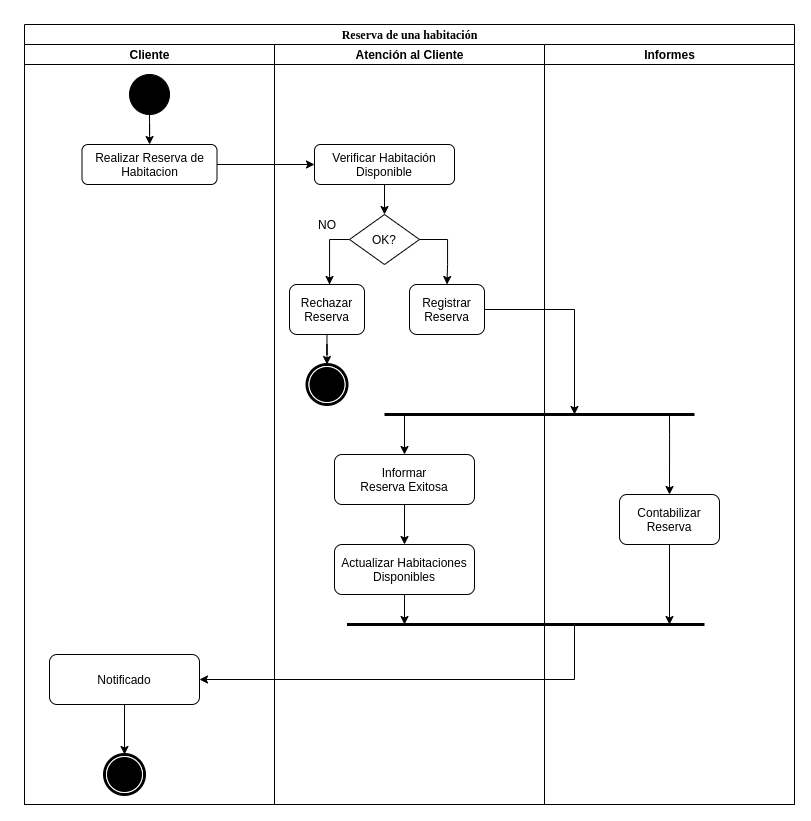
The draw.io diagram TP2/diagramas/actividad/ReservarHabitacion.png in mauro7x/aninfo, before a commit. Source tidied: cells renumbered, new cells last; positions are measured from the earlier drawing's top-left corner, leaving out a move shared by most shapes. Source of this version:
```xml
<mxGraphModel background="#ffffff">
  <root>
    <mxCell id="0" />
    <mxCell id="1" parent="0" />
    <mxCell id="2" value="Reserva de una habitación" style="swimlane;html=1;startSize=20;rounded=0;shadow=0;comic=0;labelBackgroundColor=none;strokeWidth=1;fontFamily=Verdana;fontSize=12;align=center;" parent="1" vertex="1">
      <mxGeometry width="770" height="780" as="geometry" />
    </mxCell>
    <mxCell id="3" value="Cliente" style="swimlane;html=1;startSize=20;" parent="2" vertex="1">
      <mxGeometry y="20" width="250" height="760" as="geometry" />
    </mxCell>
    <mxCell id="4" style="edgeStyle=orthogonalEdgeStyle;rounded=0;jettySize=auto;html=1;" parent="3" edge="1" source="5" target="6">
      <mxGeometry relative="1" as="geometry" />
    </mxCell>
    <mxCell id="5" style="ellipse;whiteSpace=wrap;html=1;rounded=0;shadow=0;comic=0;labelBackgroundColor=none;strokeWidth=1;fillColor=#000000;fontFamily=Verdana;fontSize=12;align=center;" parent="3" vertex="1">
      <mxGeometry x="105" y="30" width="40" height="40" as="geometry" />
    </mxCell>
    <mxCell id="6" value="Realizar Reserva de Habitacion" style="rounded=1;whiteSpace=wrap;html=1;" parent="3" vertex="1">
      <mxGeometry x="57.5" y="100" width="135" height="40" as="geometry" />
    </mxCell>
    <mxCell id="7" value="Notificado" style="rounded=1;whiteSpace=wrap;html=1;" parent="3" vertex="1">
      <mxGeometry x="25" y="610" width="150" height="50" as="geometry" />
    </mxCell>
    <mxCell id="8" style="edgeStyle=orthogonalEdgeStyle;rounded=0;jettySize=auto;html=1;startArrow=none;startFill=0;endArrow=classic;endFill=1;strokeWidth=1;exitX=0.5;exitY=1;exitDx=0;exitDy=0;entryX=0.5;entryY=0;entryDx=0;entryDy=0;" parent="3" edge="1" source="7" target="9">
      <mxGeometry relative="1" as="geometry" />
    </mxCell>
    <mxCell id="9" style="shape=mxgraph.bpmn.shape;html=1;verticalLabelPosition=bottom;labelBackgroundColor=#ffffff;verticalAlign=top;perimeter=ellipsePerimeter;outline=end;symbol=terminate;rounded=0;shadow=0;comic=0;strokeWidth=1;fontFamily=Verdana;fontSize=12;align=center;" parent="3" vertex="1">
      <mxGeometry x="80" y="710" width="40" height="40" as="geometry" />
    </mxCell>
    <mxCell id="10" value="Atención al Cliente" style="swimlane;html=1;startSize=20;" parent="2" vertex="1">
      <mxGeometry x="250" y="20" width="270" height="760" as="geometry" />
    </mxCell>
    <mxCell id="11" style="shape=mxgraph.bpmn.shape;html=1;verticalLabelPosition=bottom;labelBackgroundColor=#ffffff;verticalAlign=top;perimeter=ellipsePerimeter;outline=end;symbol=terminate;rounded=0;shadow=0;comic=0;strokeWidth=1;fontFamily=Verdana;fontSize=12;align=center;" parent="10" vertex="1">
      <mxGeometry x="32.5" y="320" width="40" height="40" as="geometry" />
    </mxCell>
    <mxCell id="12" style="edgeStyle=orthogonalEdgeStyle;rounded=0;jettySize=auto;html=1;entryX=0.5;entryY=0;entryDx=0;entryDy=0;" parent="10" edge="1" source="13" target="11">
      <mxGeometry relative="1" as="geometry" />
    </mxCell>
    <mxCell id="13" value="Rechazar&lt;br&gt;Reserva" style="rounded=1;whiteSpace=wrap;html=1;" parent="10" vertex="1">
      <mxGeometry x="15" y="240" width="75" height="50" as="geometry" />
    </mxCell>
    <mxCell id="14" style="edgeStyle=orthogonalEdgeStyle;rounded=0;jettySize=auto;html=1;" parent="10" edge="1" source="17">
      <mxGeometry relative="1" as="geometry">
        <mxPoint x="55" y="240" as="targetPoint" />
        <Array as="points">
          <mxPoint x="55" y="195" />
          <mxPoint x="55" y="240" />
        </Array>
      </mxGeometry>
    </mxCell>
    <mxCell id="15" value="&lt;br&gt;" style="edgeLabel;html=1;align=center;verticalAlign=middle;" parent="14" vertex="1">
      <mxGeometry x="-0.43" y="4" relative="1" as="geometry" />
    </mxCell>
    <mxCell id="16" style="edgeStyle=orthogonalEdgeStyle;rounded=0;jettySize=auto;html=1;entryX=0.5;entryY=0;entryDx=0;entryDy=0;" parent="10" edge="1" source="17" target="22">
      <mxGeometry relative="1" as="geometry">
        <Array as="points">
          <mxPoint x="173" y="195" />
          <mxPoint x="173" y="220" />
        </Array>
      </mxGeometry>
    </mxCell>
    <mxCell id="17" value="OK?" style="rhombus;whiteSpace=wrap;html=1;" parent="10" vertex="1">
      <mxGeometry x="75" y="170" width="70" height="50" as="geometry" />
    </mxCell>
    <mxCell id="18" style="edgeStyle=orthogonalEdgeStyle;rounded=0;jettySize=auto;html=1;" parent="10" edge="1" source="19" target="17">
      <mxGeometry relative="1" as="geometry" />
    </mxCell>
    <mxCell id="19" value="Verificar Habitación Disponible" style="rounded=1;whiteSpace=wrap;html=1;" parent="10" vertex="1">
      <mxGeometry x="40" y="100" width="140" height="40" as="geometry" />
    </mxCell>
    <mxCell id="20" value="NO" style="text;html=1;strokeColor=none;fillColor=none;align=center;verticalAlign=middle;whiteSpace=wrap;rounded=0;" parent="10" vertex="1">
      <mxGeometry x="33" y="170" width="40" height="20" as="geometry" />
    </mxCell>
    <mxCell id="21" value="Informar&lt;br&gt;Reserva Exitosa" style="rounded=1;whiteSpace=wrap;html=1;" parent="10" vertex="1">
      <mxGeometry x="60" y="410" width="140" height="50" as="geometry" />
    </mxCell>
    <mxCell id="22" value="Registrar&lt;br&gt;Reserva" style="rounded=1;whiteSpace=wrap;html=1;" parent="10" vertex="1">
      <mxGeometry x="135" y="240" width="75" height="50" as="geometry" />
    </mxCell>
    <mxCell id="23" value="Actualizar Habitaciones&lt;br&gt;Disponibles" style="rounded=1;whiteSpace=wrap;html=1;" parent="10" vertex="1">
      <mxGeometry x="60" y="500" width="140" height="50" as="geometry" />
    </mxCell>
    <mxCell id="24" style="endArrow=none;html=1;strokeWidth=3;" parent="10" edge="1">
      <mxGeometry relative="1" as="geometry">
        <mxPoint x="72.5" y="580" as="sourcePoint" />
        <mxPoint x="430" y="580" as="targetPoint" />
      </mxGeometry>
    </mxCell>
    <mxCell id="25" style="endArrow=none;html=1;strokeWidth=3;" parent="10" edge="1">
      <mxGeometry relative="1" as="geometry">
        <mxPoint x="110" y="370" as="sourcePoint" />
        <mxPoint x="420" y="370" as="targetPoint" />
      </mxGeometry>
    </mxCell>
    <mxCell id="26" value="Informes" style="swimlane;html=1;startSize=20;" parent="2" vertex="1">
      <mxGeometry x="520" y="20" width="250" height="760" as="geometry" />
    </mxCell>
    <mxCell id="27" value="Contabilizar&lt;br&gt;Reserva" style="rounded=1;whiteSpace=wrap;html=1;" parent="26" vertex="1">
      <mxGeometry x="75" y="450" width="100" height="50" as="geometry" />
    </mxCell>
    <mxCell id="28" style="edgeStyle=orthogonalEdgeStyle;rounded=0;jettySize=auto;html=1;startArrow=classic;startFill=1;endArrow=none;endFill=0;strokeWidth=1;exitX=1;exitY=0.5;exitDx=0;exitDy=0;" parent="26" edge="1" source="7">
      <mxGeometry relative="1" as="geometry">
        <mxPoint x="30" y="580" as="targetPoint" />
        <Array as="points">
          <mxPoint x="30" y="635" />
        </Array>
      </mxGeometry>
    </mxCell>
    <mxCell id="29" style="endArrow=classic;html=1;exitX=1;exitY=0.5;exitDx=0;exitDy=0;entryX=0;entryY=0.5;entryDx=0;entryDy=0;" parent="2" edge="1" source="6" target="19">
      <mxGeometry relative="1" as="geometry" />
    </mxCell>
    <mxCell id="30" style="edgeStyle=orthogonalEdgeStyle;rounded=0;jettySize=auto;html=1;startArrow=none;startFill=0;endArrow=classic;endFill=1;strokeWidth=1;" parent="2" edge="1" source="22">
      <mxGeometry relative="1" as="geometry">
        <mxPoint x="550" y="390" as="targetPoint" />
      </mxGeometry>
    </mxCell>
    <mxCell id="31" style="edgeStyle=orthogonalEdgeStyle;rounded=0;jettySize=auto;html=1;startArrow=none;startFill=0;endArrow=classic;endFill=1;strokeWidth=1;entryX=0.5;entryY=0;entryDx=0;entryDy=0;" parent="1" edge="1" target="27">
      <mxGeometry relative="1" as="geometry">
        <mxPoint x="645" y="390" as="sourcePoint" />
        <Array as="points">
          <mxPoint x="645" y="410" />
        </Array>
      </mxGeometry>
    </mxCell>
    <mxCell id="32" style="edgeStyle=orthogonalEdgeStyle;rounded=0;jettySize=auto;html=1;startArrow=classic;startFill=1;endArrow=none;endFill=0;strokeWidth=1;" parent="1" edge="1" source="21">
      <mxGeometry relative="1" as="geometry">
        <mxPoint x="380" y="390" as="targetPoint" />
      </mxGeometry>
    </mxCell>
    <mxCell id="33" style="edgeStyle=orthogonalEdgeStyle;rounded=0;jettySize=auto;html=1;startArrow=none;startFill=0;endArrow=classic;endFill=1;strokeWidth=1;" parent="1" edge="1" source="27">
      <mxGeometry relative="1" as="geometry">
        <mxPoint x="645" y="600" as="targetPoint" />
      </mxGeometry>
    </mxCell>
    <mxCell id="34" style="edgeStyle=orthogonalEdgeStyle;rounded=0;jettySize=auto;html=1;startArrow=none;startFill=0;endArrow=classic;endFill=1;strokeWidth=1;" parent="1" edge="1" source="21">
      <mxGeometry relative="1" as="geometry">
        <mxPoint x="380" y="520" as="targetPoint" />
      </mxGeometry>
    </mxCell>
    <mxCell id="35" style="edgeStyle=orthogonalEdgeStyle;rounded=0;jettySize=auto;html=1;startArrow=none;startFill=0;endArrow=classic;endFill=1;strokeWidth=1;exitX=0.5;exitY=1;exitDx=0;exitDy=0;" parent="1" edge="1" source="23">
      <mxGeometry relative="1" as="geometry">
        <mxPoint x="380" y="600" as="targetPoint" />
      </mxGeometry>
    </mxCell>
  </root>
</mxGraphModel>
```
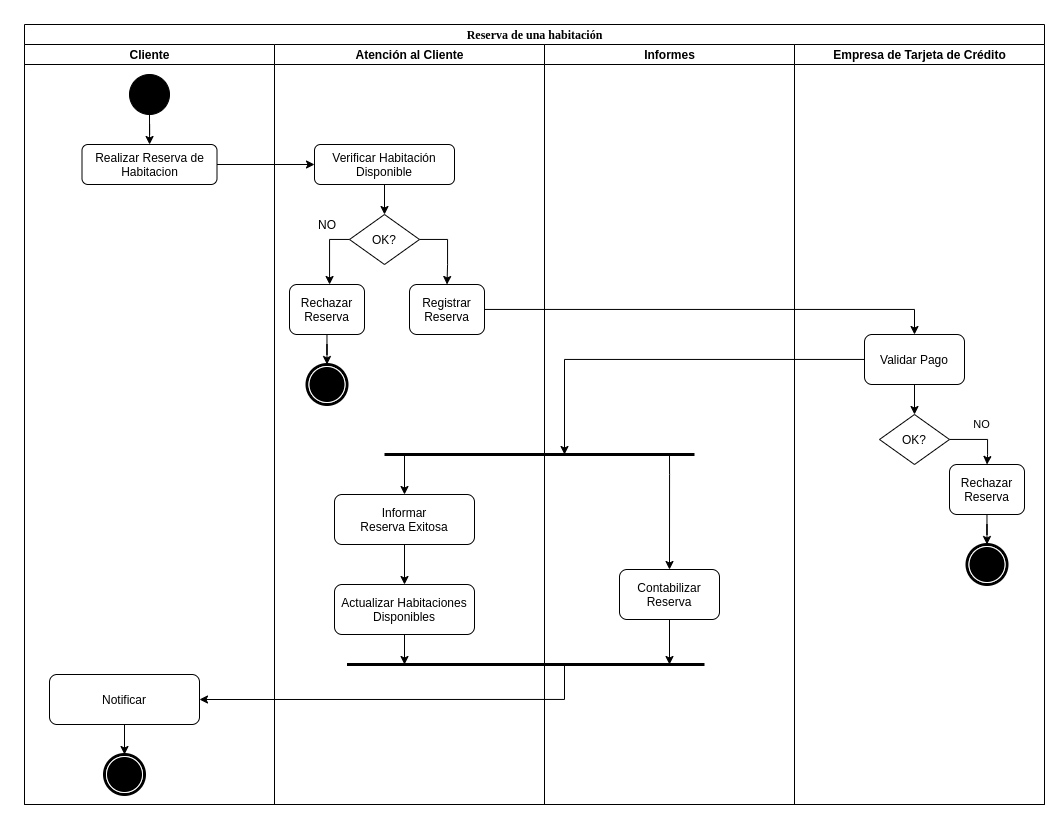
Above is the later version.

Commit message:
Modifies Diagrams

What changed in the source:
```diff
@@ -3,7 +3,7 @@
     <mxCell id="0" />
     <mxCell id="1" parent="0" />
     <mxCell id="2" value="Reserva de una habitación" style="swimlane;html=1;startSize=20;rounded=0;shadow=0;comic=0;labelBackgroundColor=none;strokeWidth=1;fontFamily=Verdana;fontSize=12;align=center;" parent="1" vertex="1">
-      <mxGeometry width="770" height="780" as="geometry" />
+      <mxGeometry width="1020" height="780" as="geometry" />
     </mxCell>
     <mxCell id="3" value="Cliente" style="swimlane;html=1;startSize=20;" parent="2" vertex="1">
       <mxGeometry y="20" width="250" height="760" as="geometry" />
@@ -17,8 +17,8 @@
     <mxCell id="6" value="Realizar Reserva de Habitacion" style="rounded=1;whiteSpace=wrap;html=1;" parent="3" vertex="1">
       <mxGeometry x="57.5" y="100" width="135" height="40" as="geometry" />
     </mxCell>
-    <mxCell id="7" value="Notificado" style="rounded=1;whiteSpace=wrap;html=1;" parent="3" vertex="1">
-      <mxGeometry x="25" y="610" width="150" height="50" as="geometry" />
+    <mxCell id="7" value="Notificar" style="rounded=1;whiteSpace=wrap;html=1;" parent="3" vertex="1">
+      <mxGeometry x="25" y="630" width="150" height="50" as="geometry" />
     </mxCell>
     <mxCell id="8" style="edgeStyle=orthogonalEdgeStyle;rounded=0;jettySize=auto;html=1;startArrow=none;startFill=0;endArrow=classic;endFill=1;strokeWidth=1;exitX=0.5;exitY=1;exitDx=0;exitDy=0;entryX=0.5;entryY=0;entryDx=0;entryDy=0;" parent="3" edge="1" source="7" target="9">
       <mxGeometry relative="1" as="geometry" />
@@ -71,75 +71,116 @@
       <mxGeometry x="33" y="170" width="40" height="20" as="geometry" />
     </mxCell>
     <mxCell id="21" value="Informar&lt;br&gt;Reserva Exitosa" style="rounded=1;whiteSpace=wrap;html=1;" parent="10" vertex="1">
-      <mxGeometry x="60" y="410" width="140" height="50" as="geometry" />
+      <mxGeometry x="60" y="450" width="140" height="50" as="geometry" />
     </mxCell>
     <mxCell id="22" value="Registrar&lt;br&gt;Reserva" style="rounded=1;whiteSpace=wrap;html=1;" parent="10" vertex="1">
       <mxGeometry x="135" y="240" width="75" height="50" as="geometry" />
     </mxCell>
     <mxCell id="23" value="Actualizar Habitaciones&lt;br&gt;Disponibles" style="rounded=1;whiteSpace=wrap;html=1;" parent="10" vertex="1">
-      <mxGeometry x="60" y="500" width="140" height="50" as="geometry" />
+      <mxGeometry x="60" y="540" width="140" height="50" as="geometry" />
     </mxCell>
     <mxCell id="24" style="endArrow=none;html=1;strokeWidth=3;" parent="10" edge="1">
       <mxGeometry relative="1" as="geometry">
-        <mxPoint x="72.5" y="580" as="sourcePoint" />
-        <mxPoint x="430" y="580" as="targetPoint" />
+        <mxPoint x="72.5" y="620" as="sourcePoint" />
+        <mxPoint x="430" y="620" as="targetPoint" />
       </mxGeometry>
     </mxCell>
     <mxCell id="25" style="endArrow=none;html=1;strokeWidth=3;" parent="10" edge="1">
       <mxGeometry relative="1" as="geometry">
-        <mxPoint x="110" y="370" as="sourcePoint" />
-        <mxPoint x="420" y="370" as="targetPoint" />
+        <mxPoint x="110" y="410" as="sourcePoint" />
+        <mxPoint x="420" y="410" as="targetPoint" />
       </mxGeometry>
     </mxCell>
     <mxCell id="26" value="Informes" style="swimlane;html=1;startSize=20;" parent="2" vertex="1">
       <mxGeometry x="520" y="20" width="250" height="760" as="geometry" />
     </mxCell>
     <mxCell id="27" value="Contabilizar&lt;br&gt;Reserva" style="rounded=1;whiteSpace=wrap;html=1;" parent="26" vertex="1">
-      <mxGeometry x="75" y="450" width="100" height="50" as="geometry" />
+      <mxGeometry x="75" y="525" width="100" height="50" as="geometry" />
     </mxCell>
     <mxCell id="28" style="edgeStyle=orthogonalEdgeStyle;rounded=0;jettySize=auto;html=1;startArrow=classic;startFill=1;endArrow=none;endFill=0;strokeWidth=1;exitX=1;exitY=0.5;exitDx=0;exitDy=0;" parent="26" edge="1" source="7">
       <mxGeometry relative="1" as="geometry">
-        <mxPoint x="30" y="580" as="targetPoint" />
+        <mxPoint x="20" y="620" as="targetPoint" />
         <Array as="points">
-          <mxPoint x="30" y="635" />
+          <mxPoint x="20" y="655" />
         </Array>
       </mxGeometry>
     </mxCell>
     <mxCell id="29" style="endArrow=classic;html=1;exitX=1;exitY=0.5;exitDx=0;exitDy=0;entryX=0;entryY=0.5;entryDx=0;entryDy=0;" parent="2" edge="1" source="6" target="19">
       <mxGeometry relative="1" as="geometry" />
     </mxCell>
-    <mxCell id="30" style="edgeStyle=orthogonalEdgeStyle;rounded=0;jettySize=auto;html=1;startArrow=none;startFill=0;endArrow=classic;endFill=1;strokeWidth=1;" parent="2" edge="1" source="22">
+    <mxCell id="30" style="edgeStyle=orthogonalEdgeStyle;rounded=0;jettySize=auto;html=1;startArrow=none;startFill=0;endArrow=classic;endFill=1;strokeWidth=1;entryX=0.5;entryY=0;entryDx=0;entryDy=0;" parent="2" edge="1" source="22" target="33">
       <mxGeometry relative="1" as="geometry">
-        <mxPoint x="550" y="390" as="targetPoint" />
+        <Array as="points">
+          <mxPoint x="890" y="285" />
+        </Array>
       </mxGeometry>
     </mxCell>
-    <mxCell id="31" style="edgeStyle=orthogonalEdgeStyle;rounded=0;jettySize=auto;html=1;startArrow=none;startFill=0;endArrow=classic;endFill=1;strokeWidth=1;entryX=0.5;entryY=0;entryDx=0;entryDy=0;" parent="1" edge="1" target="27">
-      <mxGeometry relative="1" as="geometry">
-        <mxPoint x="645" y="390" as="sourcePoint" />
-        <Array as="points">
-          <mxPoint x="645" y="410" />
-        </Array>
-      </mxGeometry>
+    <mxCell id="31" value="Empresa de Tarjeta de Crédito" style="swimlane;html=1;startSize=20;" parent="2" vertex="1">
+      <mxGeometry x="770" y="20" width="250" height="760" as="geometry" />
     </mxCell>
-    <mxCell id="32" style="edgeStyle=orthogonalEdgeStyle;rounded=0;jettySize=auto;html=1;startArrow=classic;startFill=1;endArrow=none;endFill=0;strokeWidth=1;" parent="1" edge="1" source="21">
-      <mxGeometry relative="1" as="geometry">
-        <mxPoint x="380" y="390" as="targetPoint" />
-      </mxGeometry>
+    <mxCell id="32" style="edgeStyle=orthogonalEdgeStyle;rounded=0;jettySize=auto;html=1;entryX=0.5;entryY=0;entryDx=0;entryDy=0;" parent="31" edge="1" source="33" target="36">
+      <mxGeometry relative="1" as="geometry" />
     </mxCell>
-    <mxCell id="33" style="edgeStyle=orthogonalEdgeStyle;rounded=0;jettySize=auto;html=1;startArrow=none;startFill=0;endArrow=classic;endFill=1;strokeWidth=1;" parent="1" edge="1" source="27">
-      <mxGeometry relative="1" as="geometry">
-        <mxPoint x="645" y="600" as="targetPoint" />
-      </mxGeometry>
+    <mxCell id="33" value="Validar Pago" style="rounded=1;whiteSpace=wrap;html=1;" parent="31" vertex="1">
+      <mxGeometry x="70" y="290" width="100" height="50" as="geometry" />
     </mxCell>
-    <mxCell id="34" style="edgeStyle=orthogonalEdgeStyle;rounded=0;jettySize=auto;html=1;startArrow=none;startFill=0;endArrow=classic;endFill=1;strokeWidth=1;" parent="1" edge="1" source="21">
+    <mxCell id="34" style="edgeStyle=orthogonalEdgeStyle;rounded=0;jettySize=auto;html=1;entryX=0.5;entryY=0;entryDx=0;entryDy=0;" parent="31" edge="1" source="36" target="39">
       <mxGeometry relative="1" as="geometry">
-        <mxPoint x="380" y="520" as="targetPoint" />
+        <Array as="points">
+          <mxPoint x="193" y="395" />
+          <mxPoint x="193" y="410" />
+        </Array>
       </mxGeometry>
     </mxCell>
-    <mxCell id="35" style="edgeStyle=orthogonalEdgeStyle;rounded=0;jettySize=auto;html=1;startArrow=none;startFill=0;endArrow=classic;endFill=1;strokeWidth=1;exitX=0.5;exitY=1;exitDx=0;exitDy=0;" parent="1" edge="1" source="23">
-      <mxGeometry relative="1" as="geometry">
-        <mxPoint x="380" y="600" as="targetPoint" />
+    <mxCell id="35" value="NO" style="edgeLabel;html=1;align=center;verticalAlign=middle;" parent="34" vertex="1">
+      <mxGeometry x="0.02" relative="1" as="geometry">
+        <mxPoint y="-15" as="offset" />
       </mxGeometry>
     </mxCell>
+    <mxCell id="36" value="OK?" style="rhombus;whiteSpace=wrap;html=1;" parent="31" vertex="1">
+      <mxGeometry x="85" y="370" width="70" height="50" as="geometry" />
+    </mxCell>
+    <mxCell id="37" style="shape=mxgraph.bpmn.shape;html=1;verticalLabelPosition=bottom;labelBackgroundColor=#ffffff;verticalAlign=top;perimeter=ellipsePerimeter;outline=end;symbol=terminate;rounded=0;shadow=0;comic=0;strokeWidth=1;fontFamily=Verdana;fontSize=12;align=center;" parent="31" vertex="1">
+      <mxGeometry x="172.5" y="500" width="40" height="40" as="geometry" />
+    </mxCell>
+    <mxCell id="38" style="edgeStyle=orthogonalEdgeStyle;rounded=0;jettySize=auto;html=1;entryX=0.5;entryY=0;entryDx=0;entryDy=0;" parent="31" edge="1" source="39" target="37">
+      <mxGeometry relative="1" as="geometry" />
+    </mxCell>
+    <mxCell id="39" value="Rechazar&lt;br&gt;Reserva" style="rounded=1;whiteSpace=wrap;html=1;" parent="31" vertex="1">
+      <mxGeometry x="155" y="420" width="75" height="50" as="geometry" />
+    </mxCell>
+    <mxCell id="40" style="edgeStyle=orthogonalEdgeStyle;rounded=0;jettySize=auto;html=1;startArrow=none;startFill=0;endArrow=classic;endFill=1;strokeWidth=1;entryX=0.5;entryY=0;entryDx=0;entryDy=0;" parent="1" edge="1" target="27">
+      <mxGeometry relative="1" as="geometry">
+        <mxPoint x="645" y="430" as="sourcePoint" />
+        <Array as="points">
+          <mxPoint x="645" y="450" />
+        </Array>
+      </mxGeometry>
+    </mxCell>
+    <mxCell id="41" style="edgeStyle=orthogonalEdgeStyle;rounded=0;jettySize=auto;html=1;startArrow=classic;startFill=1;endArrow=none;endFill=0;strokeWidth=1;" parent="1" edge="1" source="21">
+      <mxGeometry relative="1" as="geometry">
+        <mxPoint x="380" y="430" as="targetPoint" />
+      </mxGeometry>
+    </mxCell>
+    <mxCell id="42" style="edgeStyle=orthogonalEdgeStyle;rounded=0;jettySize=auto;html=1;startArrow=none;startFill=0;endArrow=classic;endFill=1;strokeWidth=1;" parent="1" edge="1" source="27">
+      <mxGeometry relative="1" as="geometry">
+        <mxPoint x="645" y="640" as="targetPoint" />
+      </mxGeometry>
+    </mxCell>
+    <mxCell id="43" style="edgeStyle=orthogonalEdgeStyle;rounded=0;jettySize=auto;html=1;startArrow=none;startFill=0;endArrow=classic;endFill=1;strokeWidth=1;" parent="1" edge="1" source="21">
+      <mxGeometry relative="1" as="geometry">
+        <mxPoint x="380" y="560" as="targetPoint" />
+      </mxGeometry>
+    </mxCell>
+    <mxCell id="44" style="edgeStyle=orthogonalEdgeStyle;rounded=0;jettySize=auto;html=1;startArrow=none;startFill=0;endArrow=classic;endFill=1;strokeWidth=1;exitX=0.5;exitY=1;exitDx=0;exitDy=0;" parent="1" edge="1" source="23">
+      <mxGeometry relative="1" as="geometry">
+        <mxPoint x="380" y="640" as="targetPoint" />
+      </mxGeometry>
+    </mxCell>
+    <mxCell id="45" style="edgeStyle=orthogonalEdgeStyle;rounded=0;jettySize=auto;html=1;" parent="1" edge="1" source="33">
+      <mxGeometry relative="1" as="geometry">
+        <mxPoint x="540" y="430" as="targetPoint" />
+      </mxGeometry>
+    </mxCell>
   </root>
 </mxGraphModel>
```
